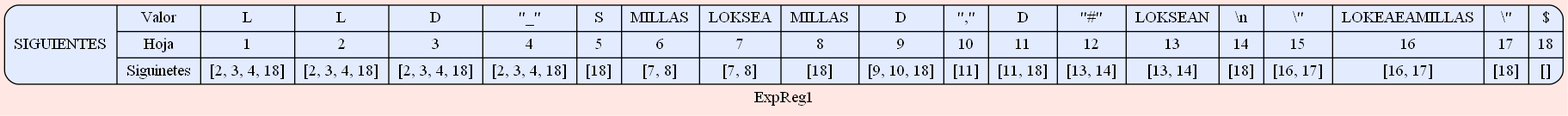
SergieArizandieta/OLC1-P1-202000119 keeps this Graphviz diagram as SIGUIENTES_202000119/Siguientes_ExpReg1.png. Above is the earlier version. Its source is kept beside it as SIGUIENTES_202000119/Siguientes_ExpReg1.dot.
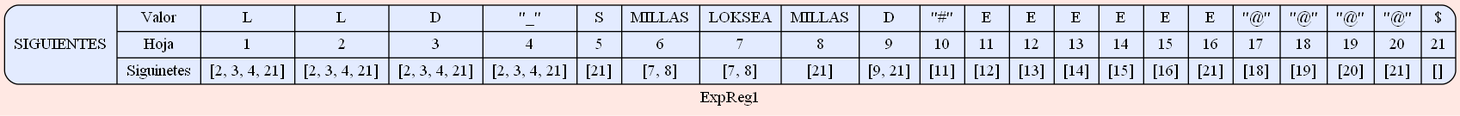
After the commit.

Diff of the diagram source:
```diff
@@ -3,23 +3,26 @@
  node [shape=Mrecord fillcolor="#E3EBFF" style =filled];
 label ="ExpReg1"
 struct1 [label="SIGUIENTES| { Valor | Hoja| Siguinetes } |
-{ L| 1 | [2, 3, 4, 18]}|
-{ L| 2 | [2, 3, 4, 18]}|
-{ D| 3 | [2, 3, 4, 18]}|
-{ \"_\"| 4 | [2, 3, 4, 18]}|
-{ S| 5 | [18]}|
+{ L| 1 | [2, 3, 4, 21]}|
+{ L| 2 | [2, 3, 4, 21]}|
+{ D| 3 | [2, 3, 4, 21]}|
+{ \"_\"| 4 | [2, 3, 4, 21]}|
+{ S| 5 | [21]}|
 { MILLAS| 6 | [7, 8]}|
 { LOKSEA| 7 | [7, 8]}|
-{ MILLAS| 8 | [18]}|
-{ D| 9 | [9, 10, 18]}|
-{ \",\"| 10 | [11]}|
-{ D| 11 | [11, 18]}|
-{ \"#\"| 12 | [13, 14]}|
-{ LOKSEAN| 13 | [13, 14]}|
-{ \\n| 14 | [18]}|
-{ \\\"| 15 | [16, 17]}|
-{ LOKEAEAMILLAS| 16 | [16, 17]}|
-{ \\\"| 17 | [18]}|
-{ $| 18 | []}
+{ MILLAS| 8 | [21]}|
+{ D| 9 | [9, 21]}|
+{ \"#\"| 10 | [11]}|
+{ E| 11 | [12]}|
+{ E| 12 | [13]}|
+{ E| 13 | [14]}|
+{ E| 14 | [15]}|
+{ E| 15 | [16]}|
+{ E| 16 | [21]}|
+{ \"@\"| 17 | [18]}|
+{ \"@\"| 18 | [19]}|
+{ \"@\"| 19 | [20]}|
+{ \"@\"| 20 | [21]}|
+{ $| 21 | []}
 "];
  }
```
